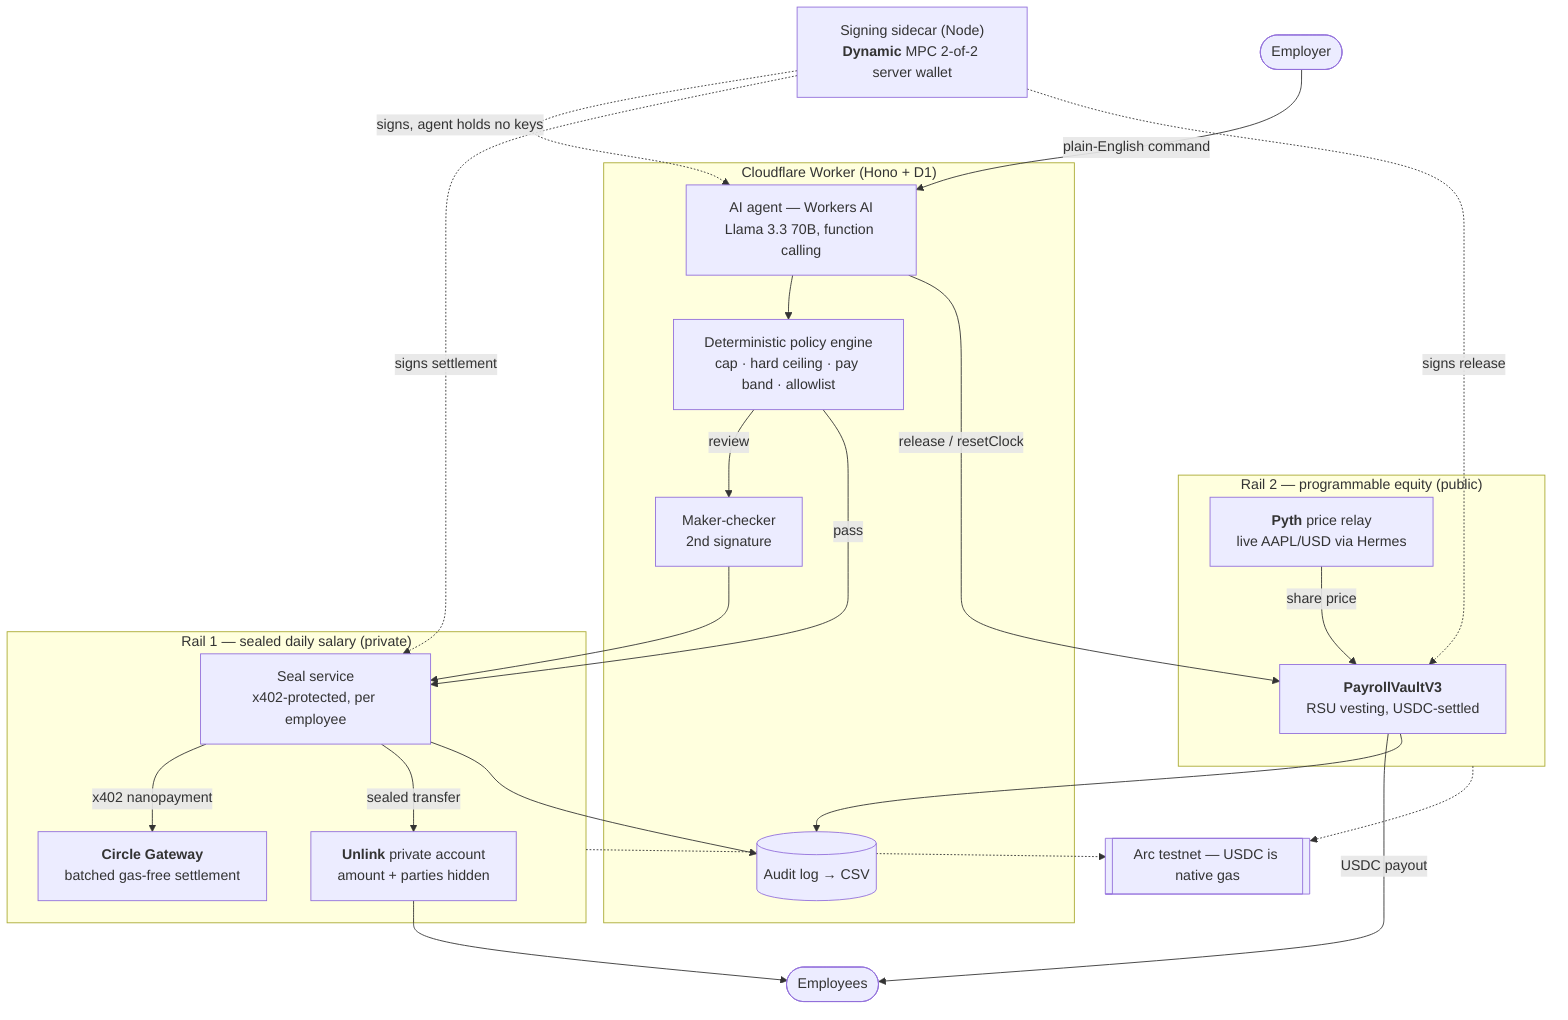
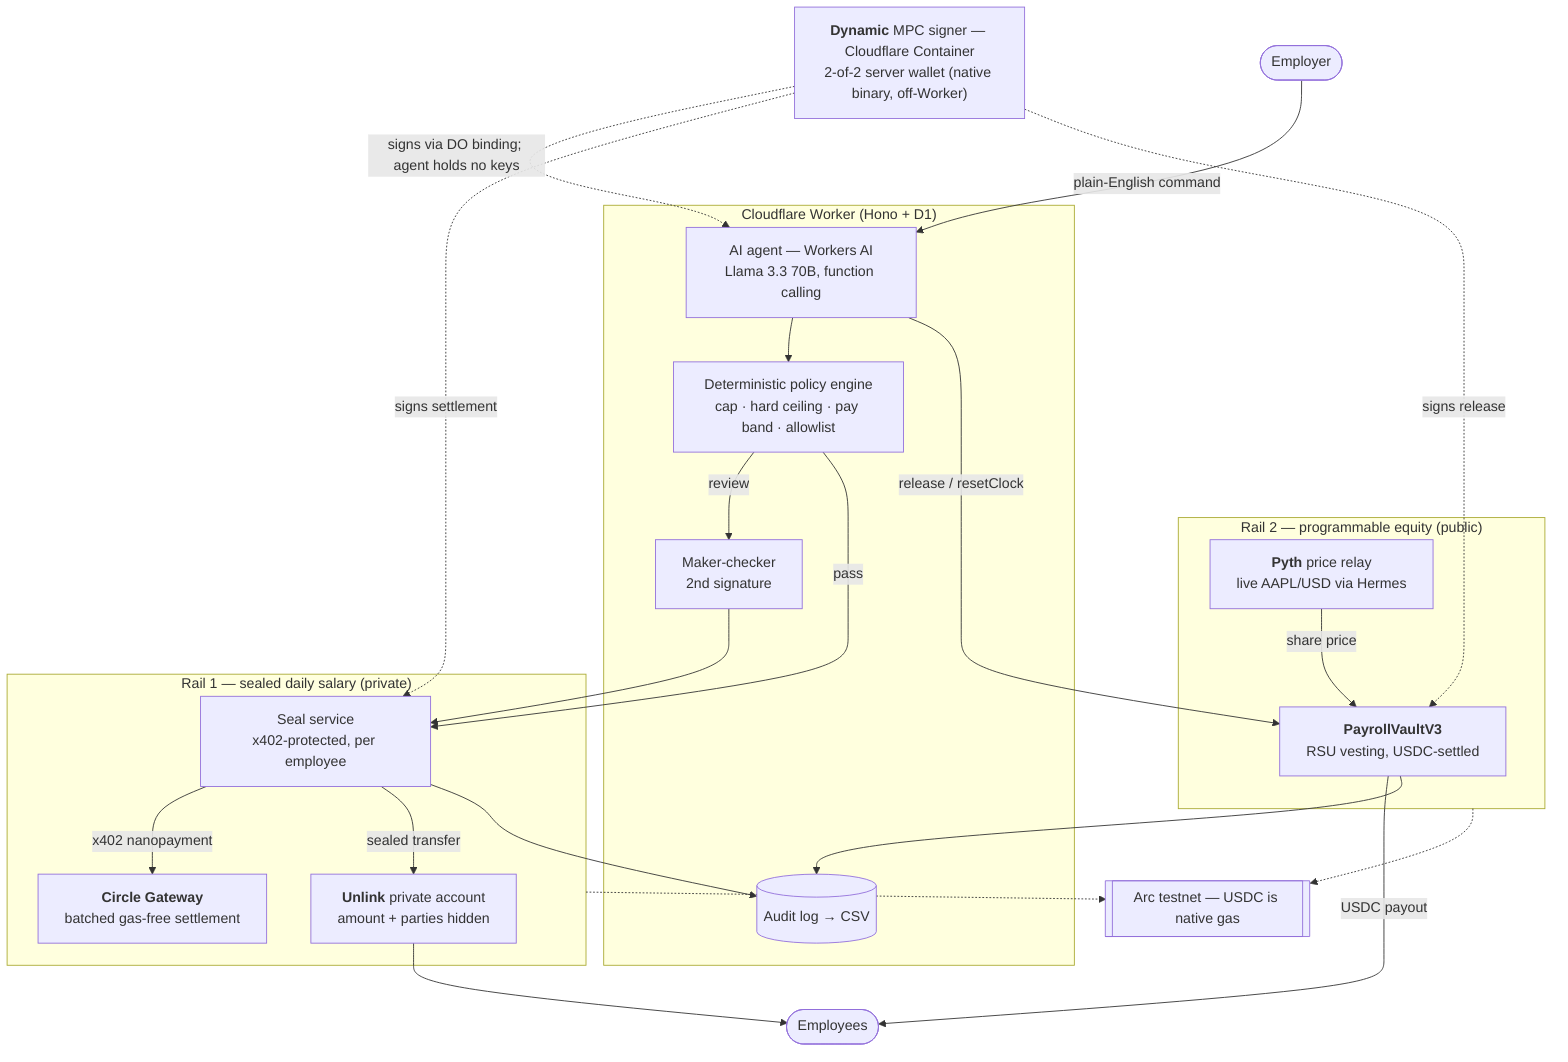
flowchart TB
  Employer(["Employer"]) -->|plain-English command| Agent

  subgraph CF["Cloudflare Worker (Hono + D1)"]
    Agent["AI agent — Workers AI<br/>Llama 3.3 70B, function calling"]
    Policy["Deterministic policy engine<br/>cap · hard ceiling · pay band · allowlist"]
    Agent --> Policy
    Policy -->|review| Approval["Maker-checker<br/>2nd signature"]
    Audit[("Audit log → CSV")]
  end

-   Sidecar["Signing sidecar (Node)<br/><b>Dynamic</b> MPC 2-of-2 server wallet"]
-   Sidecar -. signs, agent holds no keys .-> Agent
+   Sidecar["<b>Dynamic</b> MPC signer — Cloudflare Container<br/>2-of-2 server wallet (native binary, off-Worker)"]
+   Sidecar -. signs via DO binding; agent holds no keys .-> Agent

  subgraph Salary["Rail 1 — sealed daily salary (private)"]
    Seal["Seal service<br/>x402-protected, per employee"]
    Gateway["<b>Circle Gateway</b><br/>batched gas-free settlement"]
    Unlink["<b>Unlink</b> private account<br/>amount + parties hidden"]
    Seal -->|x402 nanopayment| Gateway
    Seal -->|sealed transfer| Unlink
  end

  subgraph Equity["Rail 2 — programmable equity (public)"]
    Vault["<b>PayrollVaultV3</b><br/>RSU vesting, USDC-settled"]
    Oracle["<b>Pyth</b> price relay<br/>live AAPL/USD via Hermes"]
    Oracle -->|share price| Vault
  end

  Policy -->|pass| Seal
  Approval --> Seal
  Agent -->|release / resetClock| Vault
  Sidecar -. signs settlement .-> Seal
  Sidecar -. signs release .-> Vault
  Unlink --> Employees(["Employees"])
  Vault -->|USDC payout| Employees
  Seal --> Audit
  Vault --> Audit

  Salary -.-> Arc[["Arc testnet — USDC is native gas"]]
  Equity -.-> Arc
